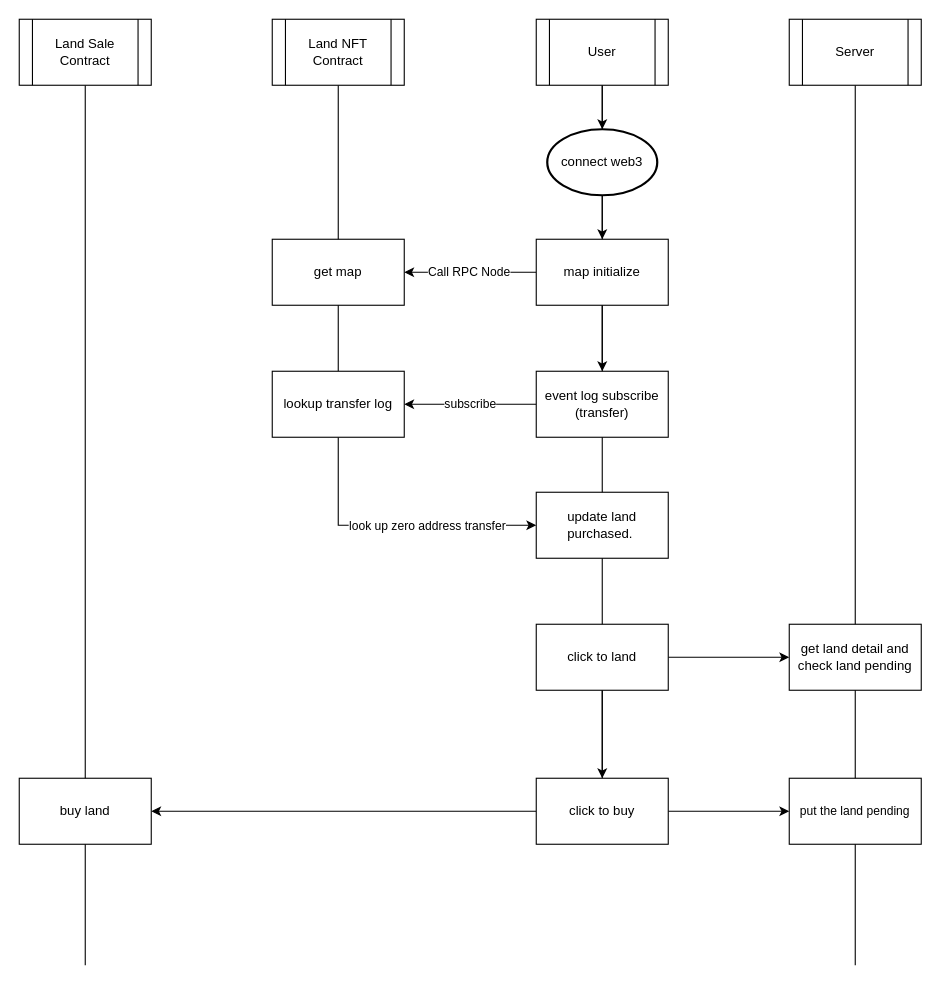
Earlier version of the draw.io diagram landsale-flow.drawio (memberteen/craftdefi-ecosystem). Source tidied: cells renumbered, new cells numbered last; positions are measured from the earlier drawing's top-left corner, leaving out a move shared by most shapes. Both pictures are drawn from the tidied source at 110%, with x=0, y=0 at pixel (19, 19).
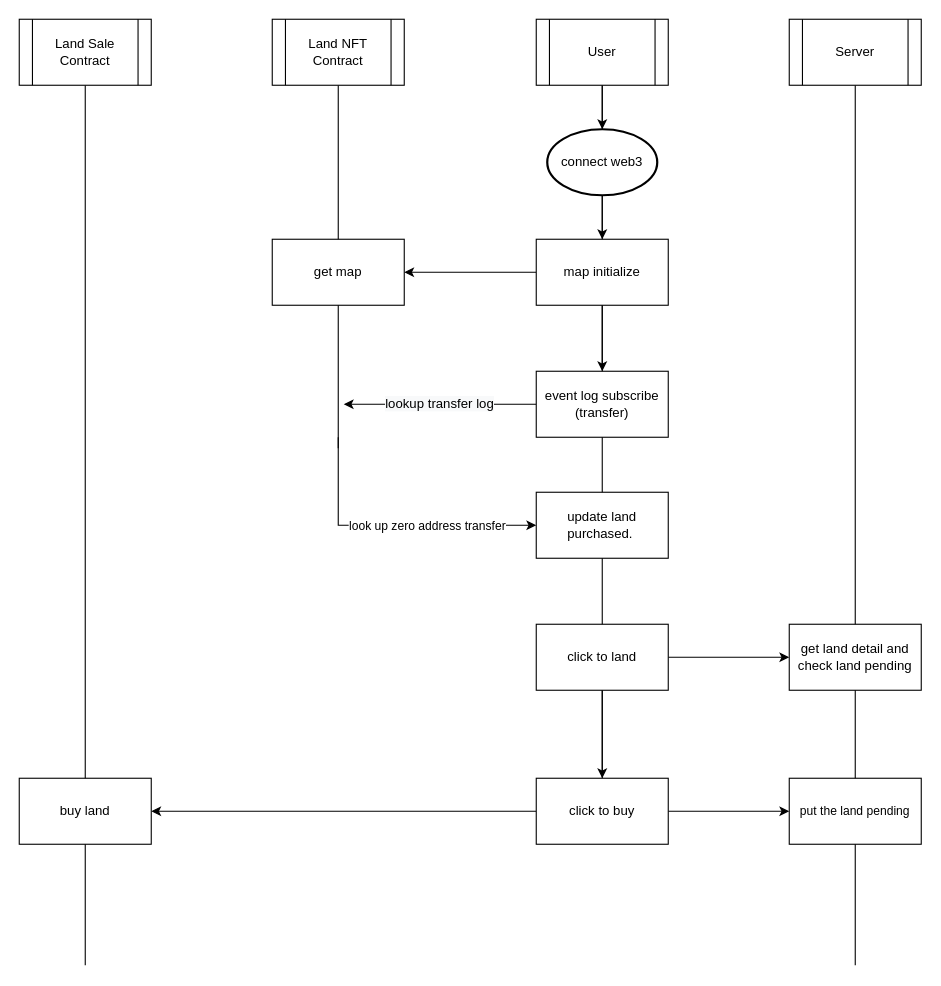
Above is the later version.

The change refers to these unchanged cells:
```xml
<mxCell id="3" value="Land NFT&lt;br&gt;Contract" style="shape=process;whiteSpace=wrap;html=1;backgroundOutline=1;" parent="1" vertex="1">
  <mxGeometry x="230" width="120" height="60" as="geometry" />
</mxCell>
<mxCell id="11" style="edgeStyle=orthogonalEdgeStyle;rounded=0;jettySize=auto;html=1;exitX=0;exitY=0.5;exitDx=0;exitDy=0;startArrow=none;startFill=0;" parent="1" edge="1" source="14" target="15">
  <mxGeometry relative="1" as="geometry" />
</mxCell>
<mxCell id="17" value="event log subscribe&lt;br&gt;(transfer)" style="rounded=0;whiteSpace=wrap;html=1;" parent="1" vertex="1">
  <mxGeometry x="470" y="320" width="120" height="60" as="geometry" />
</mxCell>
<mxCell id="21" value="update land purchased.&amp;nbsp;" style="rounded=0;whiteSpace=wrap;html=1;" parent="1" vertex="1">
  <mxGeometry x="470" y="430" width="120" height="60" as="geometry" />
</mxCell>
```

Diff of the diagram source:
```diff
@@
-    <mxCell id="2" style="edgeStyle=orthogonalEdgeStyle;rounded=0;jettySize=auto;html=1;exitX=0.5;exitY=1;exitDx=0;exitDy=0;startArrow=none;startFill=0;endArrow=none;endFill=0;" parent="1" edge="1" source="3" target="20">
-      <mxGeometry relative="1" as="geometry" />
+    <mxCell id="2" style="edgeStyle=orthogonalEdgeStyle;rounded=0;jettySize=auto;html=1;exitX=0.5;exitY=1;exitDx=0;exitDy=0;startArrow=none;startFill=0;endArrow=none;endFill=0;" parent="1" edge="1" source="3">
+      <mxGeometry relative="1" as="geometry">
+        <mxPoint x="290" y="390" as="targetPoint" />
+      </mxGeometry>
     </mxCell>
@@
-    <mxCell id="12" value="Call RPC Node" style="edgeLabel;html=1;align=center;verticalAlign=middle;" parent="11" vertex="1">
-      <mxGeometry x="0.03" y="-1" relative="1" as="geometry" />
-    </mxCell>
@@
-    <mxCell id="16" value="subscribe" style="edgeStyle=orthogonalEdgeStyle;rounded=0;jettySize=auto;html=1;exitX=0;exitY=0.5;exitDx=0;exitDy=0;startArrow=none;startFill=0;" parent="1" edge="1" source="17" target="20">
+    <mxCell id="16" value="&lt;span style=&quot;font-size: 12px; background-color: rgb(248, 249, 250);&quot;&gt;lookup transfer log&lt;/span&gt;" style="edgeStyle=orthogonalEdgeStyle;rounded=0;jettySize=auto;html=1;exitX=0;exitY=0.5;exitDx=0;exitDy=0;startArrow=none;startFill=0;" parent="1" edge="1" source="17">
       <mxGeometry relative="1" as="geometry">
+        <mxPoint x="295" y="350" as="targetPoint" />
         <Array as="points">
           <mxPoint x="410" y="350" />
           <mxPoint x="410" y="350" />
         </Array>
       </mxGeometry>
     </mxCell>
@@
-    <mxCell id="18" style="edgeStyle=orthogonalEdgeStyle;rounded=0;jettySize=auto;html=1;exitX=0.5;exitY=1;exitDx=0;exitDy=0;entryX=0;entryY=0.5;entryDx=0;entryDy=0;startArrow=none;startFill=0;" parent="1" edge="1" source="20" target="21">
-      <mxGeometry relative="1" as="geometry" />
+    <mxCell id="18" style="edgeStyle=orthogonalEdgeStyle;rounded=0;jettySize=auto;html=1;exitX=0.5;exitY=1;exitDx=0;exitDy=0;entryX=0;entryY=0.5;entryDx=0;entryDy=0;startArrow=none;startFill=0;" parent="1" edge="1" target="21">
+      <mxGeometry relative="1" as="geometry">
+        <mxPoint x="290" y="380" as="sourcePoint" />
+        <Array as="points">
+          <mxPoint x="290" y="460" />
+        </Array>
+      </mxGeometry>
     </mxCell>
@@
-    <mxCell id="20" value="lookup transfer log" style="rounded=0;whiteSpace=wrap;html=1;" parent="1" vertex="1">
-      <mxGeometry x="230" y="320" width="120" height="60" as="geometry" />
-    </mxCell>
```
